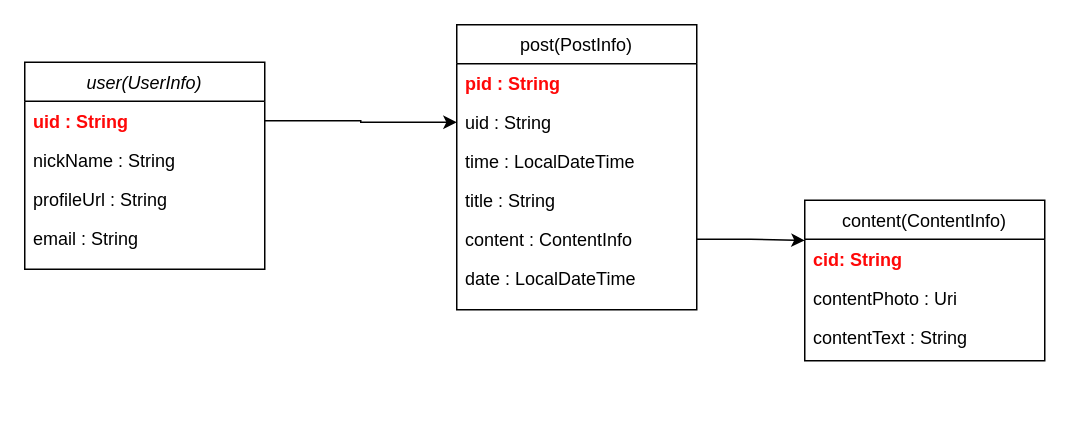
The draw.io diagram Untitled Diagram.drawio in NayeonKeum/Peering, before the edit. Source tidied: cells renumbered, new cells numbered last; positions are measured from the earlier drawing's top-left corner, leaving out a move shared by most shapes. Both pictures are drawn from the tidied source at 150%, with x=0, y=0 at pixel (24, 24).
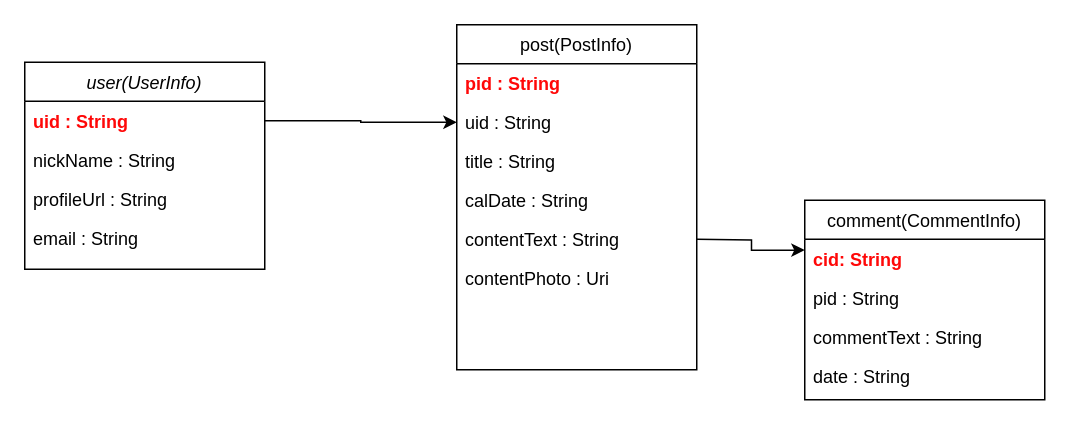
The same diagram, later.

Diff of the diagram source:
```diff
@@
-    <mxCell id="7" value="content(ContentInfo)" style="swimlane;fontStyle=0;align=center;verticalAlign=top;horizontal=1;startSize=26;rounded=0;shadow=0;strokeWidth=1;" parent="1" vertex="1">
-      <mxGeometry x="520" y="117" width="160" height="107" as="geometry" />
+    <mxCell id="7" value="comment(CommentInfo)" style="swimlane;fontStyle=0;align=center;verticalAlign=top;horizontal=1;startSize=26;rounded=0;shadow=0;strokeWidth=1;" parent="1" vertex="1">
+      <mxGeometry x="520" y="117" width="160" height="133" as="geometry" />
     </mxCell>
@@
+    <mxCell id="20" value="pid : String" style="text;align=left;verticalAlign=top;spacingLeft=4;spacingRight=4;overflow=hidden;rounded=0;shadow=0;html=0;" parent="7" vertex="1">
+      <mxGeometry y="52" width="160" height="26" as="geometry" />
+    </mxCell>
-    <mxCell id="9" value="contentPhoto : Uri" style="text;align=left;verticalAlign=top;spacingLeft=4;spacingRight=4;overflow=hidden;rounded=0;shadow=0;html=0;" parent="7" vertex="1">
-      <mxGeometry y="52" width="160" height="26" as="geometry" />
+    <mxCell id="9" value="commentText : String" style="text;align=left;verticalAlign=top;spacingLeft=4;spacingRight=4;overflow=hidden;rounded=0;shadow=0;html=0;" parent="7" vertex="1">
+      <mxGeometry y="78" width="160" height="26" as="geometry" />
     </mxCell>
-    <mxCell id="10" value="contentText : String" style="text;align=left;verticalAlign=top;spacingLeft=4;spacingRight=4;overflow=hidden;rounded=0;shadow=0;html=0;" parent="7" vertex="1">
-      <mxGeometry y="78" width="160" height="26" as="geometry" />
-    </mxCell>
+    <mxCell id="14" value="date : String" style="text;align=left;verticalAlign=top;spacingLeft=4;spacingRight=4;overflow=hidden;rounded=0;shadow=0;html=0;" parent="7" vertex="1">
+      <mxGeometry y="104" width="160" height="26" as="geometry" />
+    </mxCell>
     <mxCell id="11" value="post(PostInfo)" style="swimlane;fontStyle=0;align=center;verticalAlign=top;horizontal=1;startSize=26;rounded=0;shadow=0;strokeWidth=1;" parent="1" vertex="1">
-      <mxGeometry x="288" width="160" height="190" as="geometry" />
+      <mxGeometry x="288" width="160" height="230" as="geometry" />
     </mxCell>
@@
-    <mxCell id="14" value="time : LocalDateTime" style="text;align=left;verticalAlign=top;spacingLeft=4;spacingRight=4;overflow=hidden;rounded=0;shadow=0;html=0;" parent="11" vertex="1">
-      <mxGeometry y="78" width="160" height="26" as="geometry" />
-    </mxCell>
     <mxCell id="15" value="title : String" style="text;align=left;verticalAlign=top;spacingLeft=4;spacingRight=4;overflow=hidden;rounded=0;shadow=0;html=0;" parent="11" vertex="1">
-      <mxGeometry y="104" width="160" height="26" as="geometry" />
+      <mxGeometry y="78" width="160" height="26" as="geometry" />
     </mxCell>
-    <mxCell id="16" value="content : ContentInfo" style="text;align=left;verticalAlign=top;spacingLeft=4;spacingRight=4;overflow=hidden;points=[[0,0.5],[1,0.5]];portConstraint=eastwest;rounded=0;shadow=0;html=0;" parent="11" vertex="1">
-      <mxGeometry y="130" width="160" height="26" as="geometry" />
-    </mxCell>
-    <mxCell id="17" value="date : LocalDateTime" style="text;align=left;verticalAlign=top;spacingLeft=4;spacingRight=4;overflow=hidden;rounded=0;shadow=0;html=0;" parent="11" vertex="1">
-      <mxGeometry y="156" width="160" height="26" as="geometry" />
+    <mxCell id="17" value="calDate : String" style="text;align=left;verticalAlign=top;spacingLeft=4;spacingRight=4;overflow=hidden;rounded=0;shadow=0;html=0;" parent="11" vertex="1">
+      <mxGeometry y="104" width="160" height="26" as="geometry" />
     </mxCell>
+    <mxCell id="10" value="contentText : String" style="text;align=left;verticalAlign=top;spacingLeft=4;spacingRight=4;overflow=hidden;rounded=0;shadow=0;html=0;" parent="11" vertex="1">
+      <mxGeometry y="130" width="160" height="26" as="geometry" />
+    </mxCell>
+    <mxCell id="21" value="contentPhoto : Uri" style="text;align=left;verticalAlign=top;spacingLeft=4;spacingRight=4;overflow=hidden;rounded=0;shadow=0;html=0;" parent="11" vertex="1">
+      <mxGeometry y="156" width="160" height="26" as="geometry" />
+    </mxCell>
@@
-    <mxCell id="19" style="edgeStyle=orthogonalEdgeStyle;rounded=0;jettySize=auto;html=1;exitX=1;exitY=0.5;exitDx=0;exitDy=0;entryX=0;entryY=0.25;entryDx=0;entryDy=0;" parent="1" edge="1" source="16" target="7">
-      <mxGeometry relative="1" as="geometry" />
+    <mxCell id="19" style="edgeStyle=orthogonalEdgeStyle;rounded=0;jettySize=auto;html=1;exitX=1;exitY=0.5;exitDx=0;exitDy=0;entryX=0;entryY=0.25;entryDx=0;entryDy=0;" parent="1" edge="1" target="7">
+      <mxGeometry relative="1" as="geometry">
+        <mxPoint x="448" y="143" as="sourcePoint" />
+      </mxGeometry>
     </mxCell>
```
